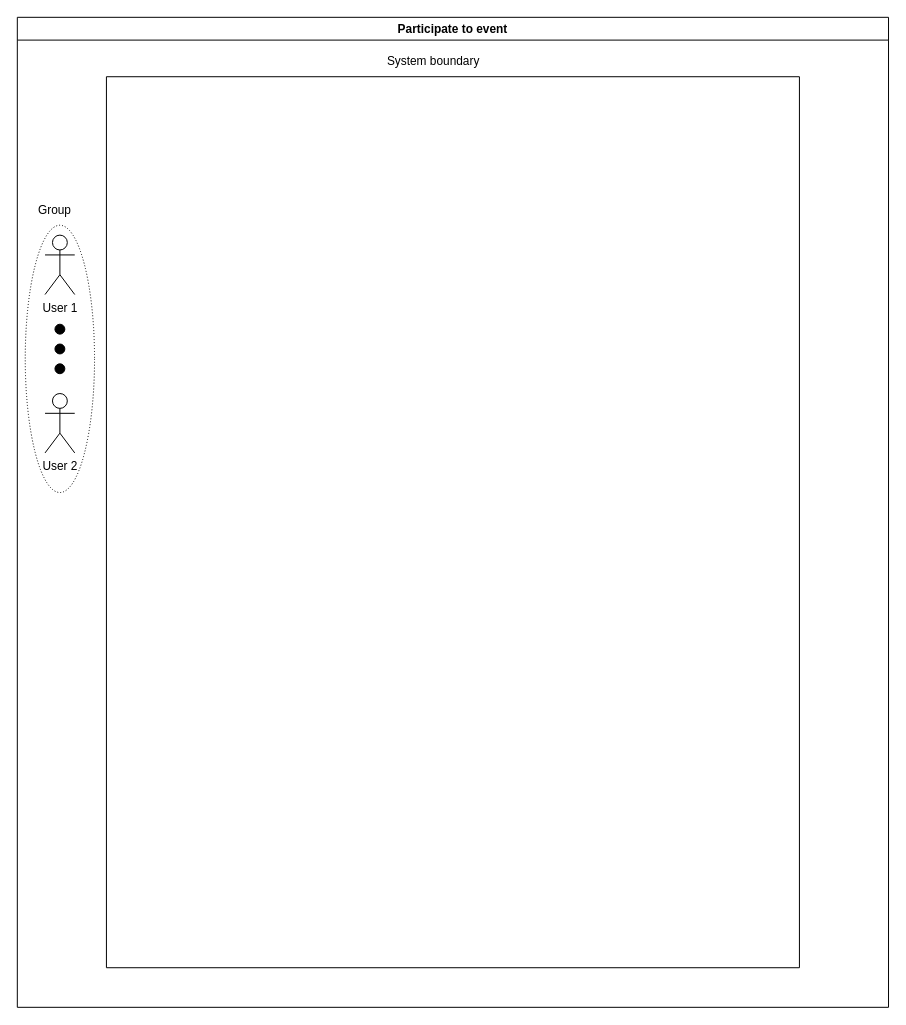
Above: project/UML-usecase.drawio in josura/HCI (draw.io), before the change. Source tidied: cells renumbered, new cells numbered last; positions are measured from the earlier drawing's top-left corner, leaving out a move shared by most shapes. Both pictures are drawn from the tidied source at 99%, with x=0, y=0 at pixel (17, 17).
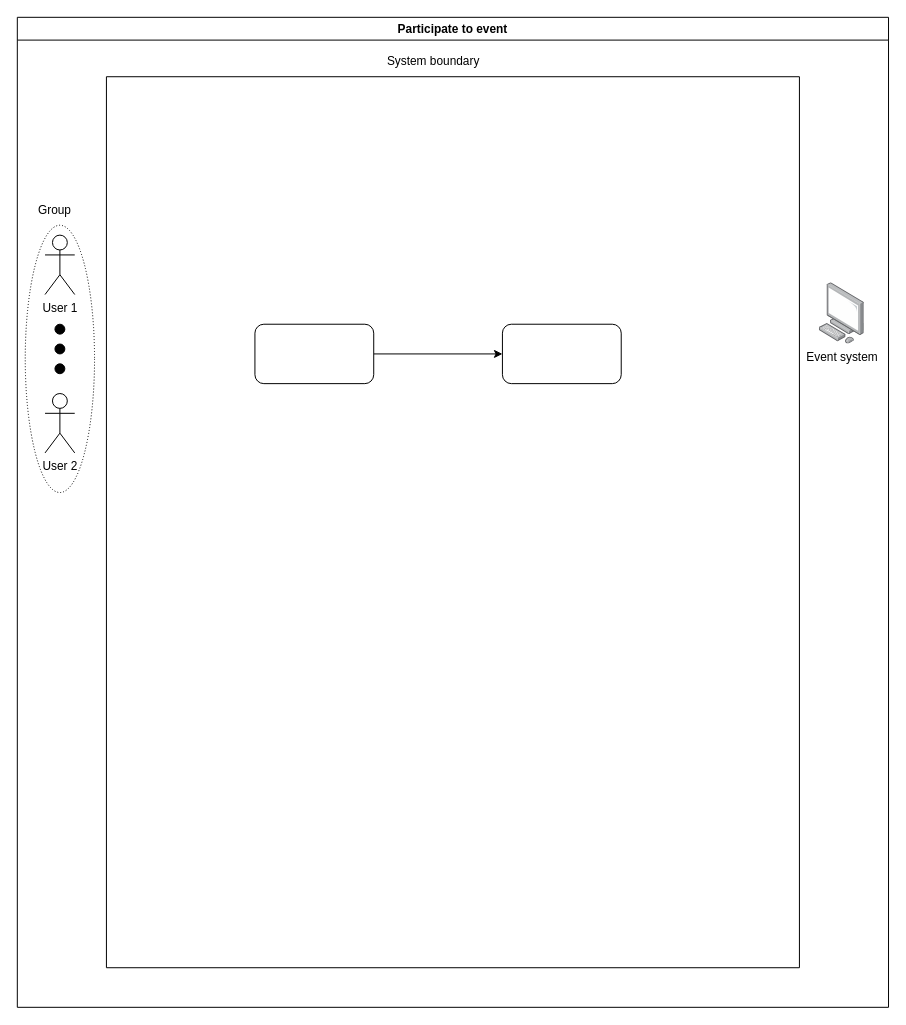
Above is the later version.

The edit, as a diff of the source:
```diff
@@
 <mxGraphModel>
   <root>
     <mxCell id="0" />
     <mxCell id="1" parent="0" />
     <mxCell id="2" value="Participate to event" style="swimlane;whiteSpace=wrap;html=1;" parent="1" vertex="1">
       <mxGeometry width="880" height="1000" as="geometry" />
     </mxCell>
     <mxCell id="3" value="System boundary" style="text;html=1;align=center;verticalAlign=middle;strokeColor=none;fillColor=none;" parent="2" vertex="1">
       <mxGeometry x="360" y="30" width="120" height="30" as="geometry" />
     </mxCell>
     <mxCell id="4" value="User 2" style="shape=umlActor;verticalLabelPosition=bottom;verticalAlign=top;html=1;" parent="2" vertex="1">
       <mxGeometry x="28" y="380" width="30" height="60" as="geometry" />
     </mxCell>
     <mxCell id="5" value="User 1" style="shape=umlActor;verticalLabelPosition=bottom;verticalAlign=top;html=1;" parent="2" vertex="1">
       <mxGeometry x="28" y="220" width="30" height="60" as="geometry" />
     </mxCell>
     <mxCell id="6" style="ellipse;whiteSpace=wrap;html=1;fillColor=none;dashed=1;dashPattern=1 2;" parent="2" vertex="1">
       <mxGeometry x="8" y="210" width="70" height="270" as="geometry" />
     </mxCell>
     <mxCell id="7" style="ellipse;whiteSpace=wrap;html=1;fillColor=#000000;" parent="2" vertex="1">
       <mxGeometry x="38" y="310" width="10" height="10" as="geometry" />
     </mxCell>
     <mxCell id="8" style="ellipse;whiteSpace=wrap;html=1;fillColor=#000000;" parent="2" vertex="1">
       <mxGeometry x="38" y="330" width="10" height="10" as="geometry" />
     </mxCell>
     <mxCell id="9" style="ellipse;whiteSpace=wrap;html=1;fillColor=#000000;" parent="2" vertex="1">
       <mxGeometry x="38" y="350" width="10" height="10" as="geometry" />
     </mxCell>
     <mxCell id="10" value="Group" style="text;html=1;strokeColor=none;fillColor=none;align=center;verticalAlign=middle;whiteSpace=wrap;rounded=0;" parent="2" vertex="1">
       <mxGeometry x="8" y="180" width="60" height="30" as="geometry" />
     </mxCell>
+    <mxCell id="12" value="Event system" style="image;html=1;align=center;shadow=0;dashed=0;image=img/lib/allied_telesis/computer_and_terminals/Personal_Computer.svg;" parent="2" vertex="1">
+      <mxGeometry x="810" y="268.2" width="45.6" height="61.8" as="geometry" />
+    </mxCell>
     <mxCell id="11" style="swimlane;startSize=0;" parent="1" vertex="1">
       <mxGeometry x="90" y="60" width="700" height="900" as="geometry" />
     </mxCell>
+    <mxCell id="13" style="edgeStyle=orthogonalEdgeStyle;rounded=0;jettySize=auto;html=1;exitX=1;exitY=0.5;exitDx=0;exitDy=0;" parent="11" edge="1" source="14" target="15">
+      <mxGeometry relative="1" as="geometry" />
+    </mxCell>
+    <mxCell id="14" style="rounded=1;whiteSpace=wrap;html=1;" parent="11" vertex="1">
+      <mxGeometry x="150" y="250" width="120" height="60" as="geometry" />
+    </mxCell>
+    <mxCell id="15" style="rounded=1;whiteSpace=wrap;html=1;" parent="11" vertex="1">
+      <mxGeometry x="400" y="250" width="120" height="60" as="geometry" />
+    </mxCell>
   </root>
 </mxGraphModel>
```
